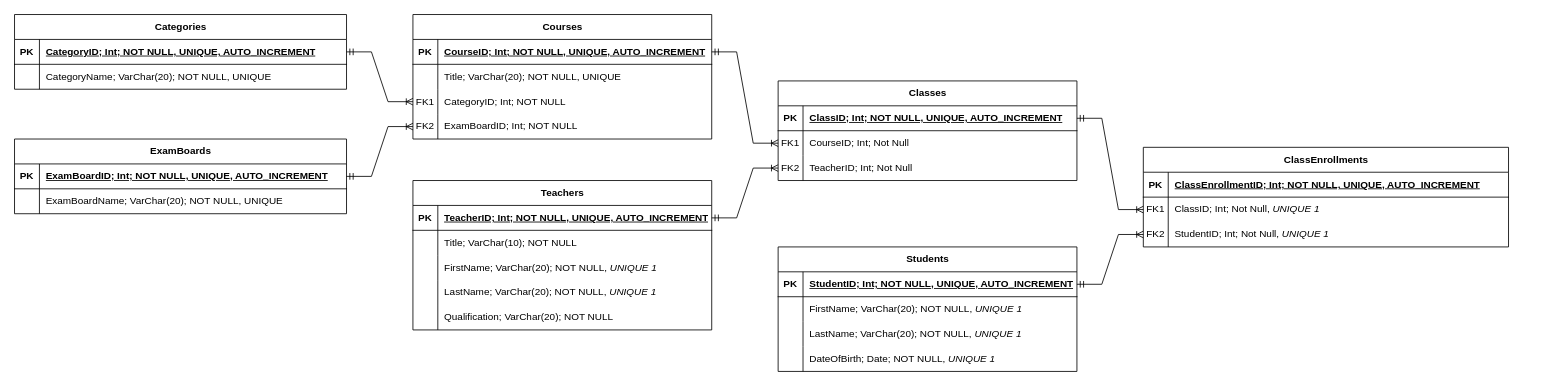
EasonSYC/student-option keeps this draw.io diagram as Diagrams/Relationship.drawio. Above is the earlier version. Source tidied: cells renumbered, new cells numbered last; positions are measured from the earlier drawing's top-left corner, leaving out a move shared by most shapes. Both pictures are drawn from the tidied source at 83%, with x=0, y=0 at pixel (14, 14).
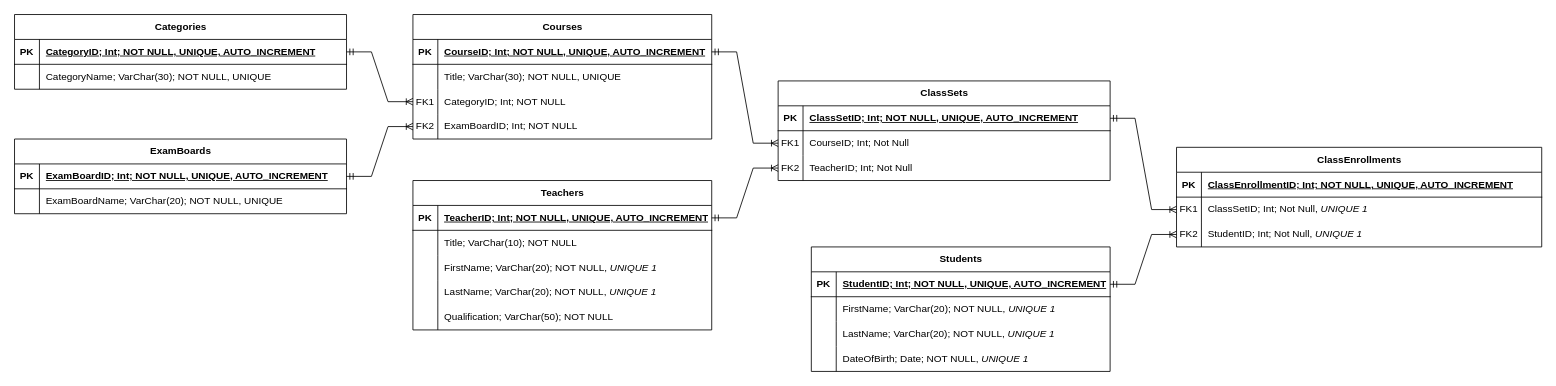
Above is the later version.

The change refers to these unchanged cells:
```xml
<mxCell id="6" style="shape=tableRow;horizontal=0;startSize=0;swimlaneHead=0;swimlaneBody=0;fillColor=none;top=0;left=0;right=0;bottom=0;" parent="2" vertex="1">
  <mxGeometry y="60" width="360" height="30" as="geometry" />
</mxCell>
<mxCell id="41" style="shape=tableRow;horizontal=0;startSize=0;swimlaneHead=0;swimlaneBody=0;fillColor=none;top=0;left=0;right=0;bottom=0;" parent="28" vertex="1">
  <mxGeometry y="150" width="360" height="30" as="geometry" />
</mxCell>
<mxCell id="58" style="shape=tableRow;horizontal=0;startSize=0;swimlaneHead=0;swimlaneBody=0;fillColor=none;points=[[0,0.5],[1,0.5]];portConstraint=eastwest;top=0;left=0;right=0;bottom=0;" parent="54" vertex="1">
  <mxGeometry y="60" width="440" height="30" as="geometry" />
</mxCell>
<mxCell id="68" style="shape=tableRow;horizontal=0;startSize=0;swimlaneHead=0;swimlaneBody=0;fillColor=none;top=0;left=0;right=0;bottom=0;" parent="64" vertex="1">
  <mxGeometry y="60" width="400" height="30" as="geometry" />
</mxCell>
```

The edit, as a diff of the source:
```diff
@@
-    <mxCell id="8" value="Title; VarChar(20); NOT NULL, UNIQUE" style="shape=partialRectangle;fillColor=none;top=0;left=0;bottom=0;right=0;align=left;spacingLeft=6;overflow=hidden;whiteSpace=wrap;html=1;" parent="6" vertex="1">
+    <mxCell id="8" value="Title; VarChar(30); NOT NULL, UNIQUE" style="shape=partialRectangle;fillColor=none;top=0;left=0;bottom=0;right=0;align=left;spacingLeft=6;overflow=hidden;whiteSpace=wrap;html=1;" parent="6" vertex="1">
       <mxGeometry x="30" width="330" height="30" as="geometry" />
     </mxCell>
@@
     <mxCell id="15" value="Students" style="shape=table;startSize=30;childLayout=tableLayout;rowLines=0;fontStyle=1;align=center;html=1;" parent="1" vertex="1">
-      <mxGeometry x="920" y="280" width="360" height="150" as="geometry" />
+      <mxGeometry x="960" y="280" width="360" height="150" as="geometry" />
     </mxCell>
@@
-    <mxCell id="43" value="Qualification; VarChar(20); NOT NULL" style="shape=partialRectangle;fillColor=none;top=0;left=0;bottom=0;right=0;align=left;spacingLeft=6;overflow=hidden;whiteSpace=wrap;html=1;" parent="41" vertex="1">
+    <mxCell id="43" value="Qualification; VarChar(50); NOT NULL" style="shape=partialRectangle;fillColor=none;top=0;left=0;bottom=0;right=0;align=left;spacingLeft=6;overflow=hidden;whiteSpace=wrap;html=1;" parent="41" vertex="1">
       <mxGeometry x="30" width="330" height="30" as="geometry" />
     </mxCell>
-    <mxCell id="44" value="Classes" style="shape=table;startSize=30;childLayout=tableLayout;rowLines=0;fontStyle=1;align=center;html=1;" parent="1" vertex="1">
-      <mxGeometry x="920" y="80" width="360" height="120" as="geometry" />
+    <mxCell id="44" value="ClassSets" style="shape=table;startSize=30;childLayout=tableLayout;rowLines=0;fontStyle=1;align=center;html=1;" parent="1" vertex="1">
+      <mxGeometry x="920" y="80" width="400" height="120" as="geometry" />
     </mxCell>
     <mxCell id="45" style="shape=tableRow;horizontal=0;startSize=0;swimlaneHead=0;swimlaneBody=0;fillColor=none;points=[[0,0.5],[1,0.5]];portConstraint=eastwest;top=0;left=0;right=0;bottom=1;" parent="44" vertex="1">
-      <mxGeometry y="30" width="360" height="30" as="geometry" />
+      <mxGeometry y="30" width="400" height="30" as="geometry" />
     </mxCell>
@@
-    <mxCell id="47" value="ClassID; Int; NOT NULL, UNIQUE, AUTO_INCREMENT" style="shape=partialRectangle;fillColor=none;top=0;left=0;bottom=0;right=0;align=left;spacingLeft=6;fontStyle=5;overflow=hidden;whiteSpace=wrap;html=1;" parent="45" vertex="1">
-      <mxGeometry x="30" width="330" height="30" as="geometry" />
+    <mxCell id="47" value="ClassSetID; Int; NOT NULL, UNIQUE, AUTO_INCREMENT" style="shape=partialRectangle;fillColor=none;top=0;left=0;bottom=0;right=0;align=left;spacingLeft=6;fontStyle=5;overflow=hidden;whiteSpace=wrap;html=1;" parent="45" vertex="1">
+      <mxGeometry x="30" width="370" height="30" as="geometry" />
     </mxCell>
     <mxCell id="48" style="shape=tableRow;horizontal=0;startSize=0;swimlaneHead=0;swimlaneBody=0;fillColor=none;points=[[0,0.5],[1,0.5]];portConstraint=eastwest;top=0;left=0;right=0;bottom=0;" parent="44" vertex="1">
-      <mxGeometry y="60" width="360" height="30" as="geometry" />
+      <mxGeometry y="60" width="400" height="30" as="geometry" />
     </mxCell>
@@
     <mxCell id="50" value="CourseID; Int; Not Null" style="shape=partialRectangle;fillColor=none;top=0;left=0;bottom=0;right=0;align=left;spacingLeft=6;overflow=hidden;whiteSpace=wrap;html=1;" parent="48" vertex="1">
-      <mxGeometry x="30" width="330" height="30" as="geometry" />
+      <mxGeometry x="30" width="370" height="30" as="geometry" />
     </mxCell>
     <mxCell id="51" style="shape=tableRow;horizontal=0;startSize=0;swimlaneHead=0;swimlaneBody=0;fillColor=none;points=[[0,0.5],[1,0.5]];portConstraint=eastwest;top=0;left=0;right=0;bottom=0;" parent="44" vertex="1">
-      <mxGeometry y="90" width="360" height="30" as="geometry" />
+      <mxGeometry y="90" width="400" height="30" as="geometry" />
     </mxCell>
@@
     <mxCell id="53" value="TeacherID; Int; Not Null" style="shape=partialRectangle;fillColor=none;top=0;left=0;bottom=0;right=0;align=left;spacingLeft=6;overflow=hidden;whiteSpace=wrap;html=1;" parent="51" vertex="1">
-      <mxGeometry x="30" width="330" height="30" as="geometry" />
+      <mxGeometry x="30" width="370" height="30" as="geometry" />
     </mxCell>
     <mxCell id="54" value="ClassEnrollments" style="shape=table;startSize=30;childLayout=tableLayout;rowLines=0;fontStyle=1;align=center;html=1;" parent="1" vertex="1">
-      <mxGeometry x="1360" y="160" width="440" height="120" as="geometry" />
+      <mxGeometry x="1400" y="160" width="440" height="120" as="geometry" />
     </mxCell>
@@
-    <mxCell id="60" value="ClassID; Int; Not Null, &lt;i&gt;UNIQUE 1&lt;/i&gt;" style="shape=partialRectangle;fillColor=none;top=0;left=0;bottom=0;right=0;align=left;spacingLeft=6;overflow=hidden;whiteSpace=wrap;html=1;" parent="58" vertex="1">
+    <mxCell id="60" value="ClassSetID; Int; Not Null, &lt;i&gt;UNIQUE 1&lt;/i&gt;" style="shape=partialRectangle;fillColor=none;top=0;left=0;bottom=0;right=0;align=left;spacingLeft=6;overflow=hidden;whiteSpace=wrap;html=1;" parent="58" vertex="1">
       <mxGeometry x="30" width="410" height="30" as="geometry" />
     </mxCell>
@@
-    <mxCell id="70" value="CategoryName; VarChar(20); NOT NULL, UNIQUE" style="shape=partialRectangle;fillColor=none;top=0;left=0;bottom=0;right=0;align=left;spacingLeft=6;overflow=hidden;whiteSpace=wrap;html=1;" parent="68" vertex="1">
+    <mxCell id="70" value="CategoryName; VarChar(30); NOT NULL, UNIQUE" style="shape=partialRectangle;fillColor=none;top=0;left=0;bottom=0;right=0;align=left;spacingLeft=6;overflow=hidden;whiteSpace=wrap;html=1;" parent="68" vertex="1">
       <mxGeometry x="30" width="370" height="30" as="geometry" />
     </mxCell>
```
